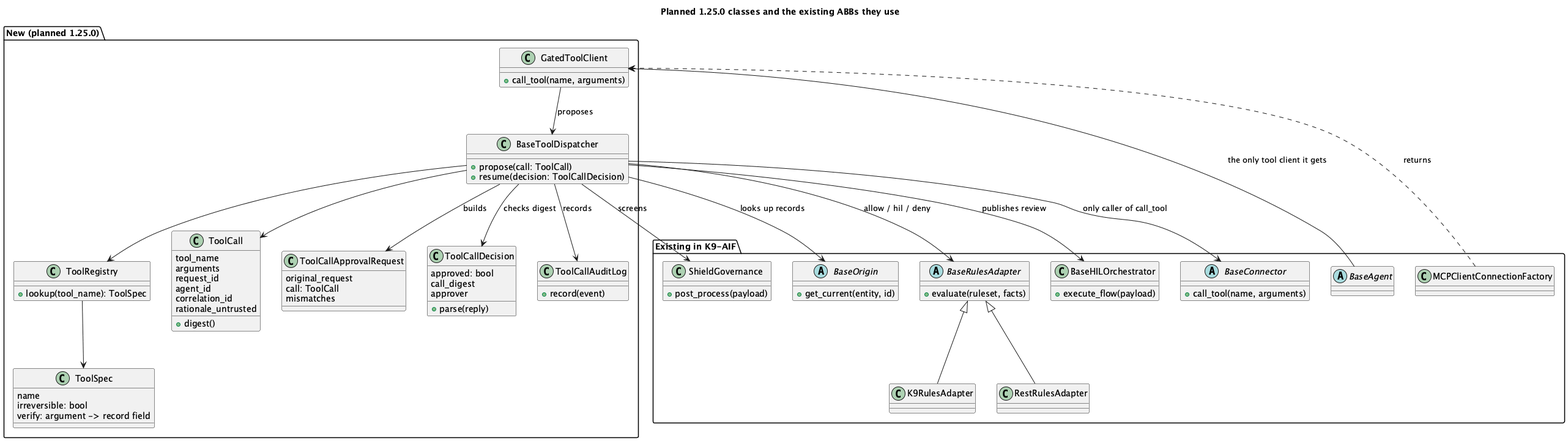
The PlantUML diagram assets/images/blogs/hil-review-classes.png in k9aif/k9-aif-blogs, before a commit.
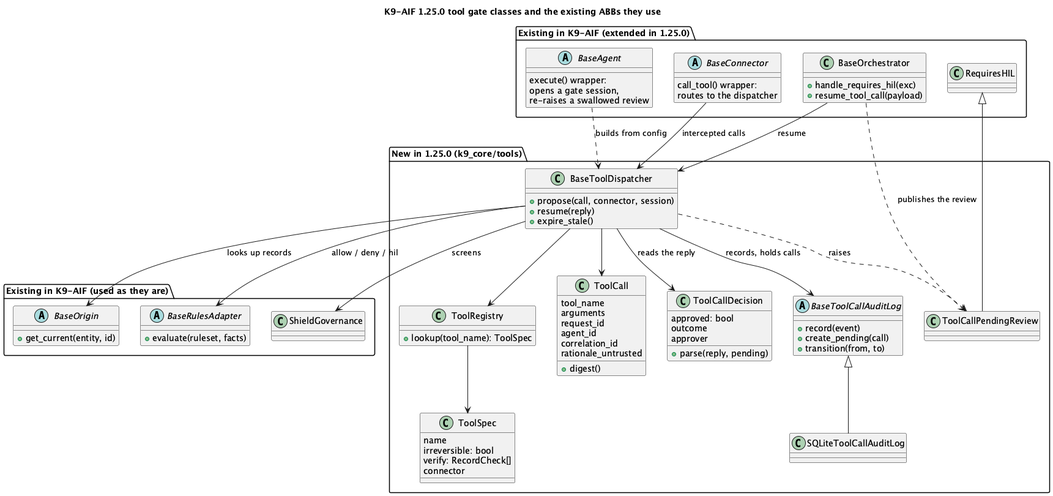
After the commit.

Commit message:
Blog draft: describe the shipped 1.25.0 tool gate; K9X RulesEngine coming this week

Diff of the diagram source:
```diff
@@ -1,14 +1,12 @@
 @startuml hil-review-classes
 set separator none
-title Planned 1.25.0 classes and the existing ABBs they use
+title K9-AIF 1.25.0 tool gate classes and the existing ABBs they use
 
-package "New (planned 1.25.0)" {
+package "New in 1.25.0 (k9_core/tools)" {
   class BaseToolDispatcher {
-    +propose(call: ToolCall)
-    +resume(decision: ToolCallDecision)
-  }
-  class GatedToolClient {
-    +call_tool(name, arguments)
+    +propose(call, connector, session)
+    +resume(reply)
+    +expire_stale()
   }
   class ToolRegistry {
     +lookup(tool_name): ToolSpec
@@ -16,7 +14,8 @@
   class ToolSpec {
     name
     irreversible: bool
-    verify: argument -> record field
+    verify: RecordCheck[]
+    connector
   }
   class ToolCall {
     tool_name
@@ -27,58 +26,58 @@
     rationale_untrusted
     +digest()
   }
-  class ToolCallApprovalRequest {
-    original_request
-    call: ToolCall
-    mismatches
-  }
   class ToolCallDecision {
     approved: bool
-    call_digest
+    outcome
     approver
-    +parse(reply)
+    +parse(reply, pending)
   }
-  class ToolCallAuditLog {
+  abstract class BaseToolCallAuditLog {
     +record(event)
+    +create_pending(call)
+    +transition(from, to)
   }
+  class SQLiteToolCallAuditLog
+  class ToolCallPendingReview
 }
 
-package "Existing in K9-AIF" {
-  abstract class BaseAgent
-  class MCPClientConnectionFactory
-  class ShieldGovernance {
-    +post_process(payload)
+package "Existing in K9-AIF (extended in 1.25.0)" {
+  abstract class BaseAgent {
+    execute() wrapper:\nopens a gate session,\nre-raises a swallowed review
   }
+  abstract class BaseConnector {
+    call_tool() wrapper:\nroutes to the dispatcher
+  }
+  class BaseOrchestrator {
+    +handle_requires_hil(exc)
+    +resume_tool_call(payload)
+  }
+  class RequiresHIL
+}
+
+package "Existing in K9-AIF (used as they are)" {
+  class ShieldGovernance
   abstract class BaseOrigin {
     +get_current(entity, id)
   }
   abstract class BaseRulesAdapter {
     +evaluate(ruleset, facts)
   }
-  class K9RulesAdapter
-  class RestRulesAdapter
-  class BaseHILOrchestrator {
-    +execute_flow(payload)
-  }
-  abstract class BaseConnector {
-    +call_tool(name, arguments)
-  }
 }
 
-BaseAgent --> GatedToolClient : the only tool client it gets
-MCPClientConnectionFactory ..> GatedToolClient : returns
-GatedToolClient --> BaseToolDispatcher : proposes
+BaseAgent ..> BaseToolDispatcher : builds from config
+BaseConnector --> BaseToolDispatcher : intercepted calls
 BaseToolDispatcher --> ToolCall
 BaseToolDispatcher --> ShieldGovernance : screens
 BaseToolDispatcher --> ToolRegistry
 ToolRegistry --> ToolSpec
 BaseToolDispatcher --> BaseOrigin : looks up records
-BaseToolDispatcher --> BaseRulesAdapter : allow / hil / deny
-BaseRulesAdapter <|-- K9RulesAdapter
-BaseRulesAdapter <|-- RestRulesAdapter
-BaseToolDispatcher --> ToolCallApprovalRequest : builds
-BaseToolDispatcher --> BaseHILOrchestrator : publishes review
-BaseToolDispatcher --> ToolCallDecision : checks digest
-BaseToolDispatcher --> ToolCallAuditLog : records
-BaseToolDispatcher --> BaseConnector : only caller of call_tool
+BaseToolDispatcher --> BaseRulesAdapter : allow / deny / hil
+BaseToolDispatcher --> BaseToolCallAuditLog : records, holds calls
+BaseToolCallAuditLog <|-- SQLiteToolCallAuditLog
+BaseToolDispatcher --> ToolCallDecision : reads the reply
+BaseToolDispatcher ..> ToolCallPendingReview : raises
+RequiresHIL <|-- ToolCallPendingReview
+BaseOrchestrator ..> ToolCallPendingReview : publishes the review
+BaseOrchestrator --> BaseToolDispatcher : resume
 @enduml
```
